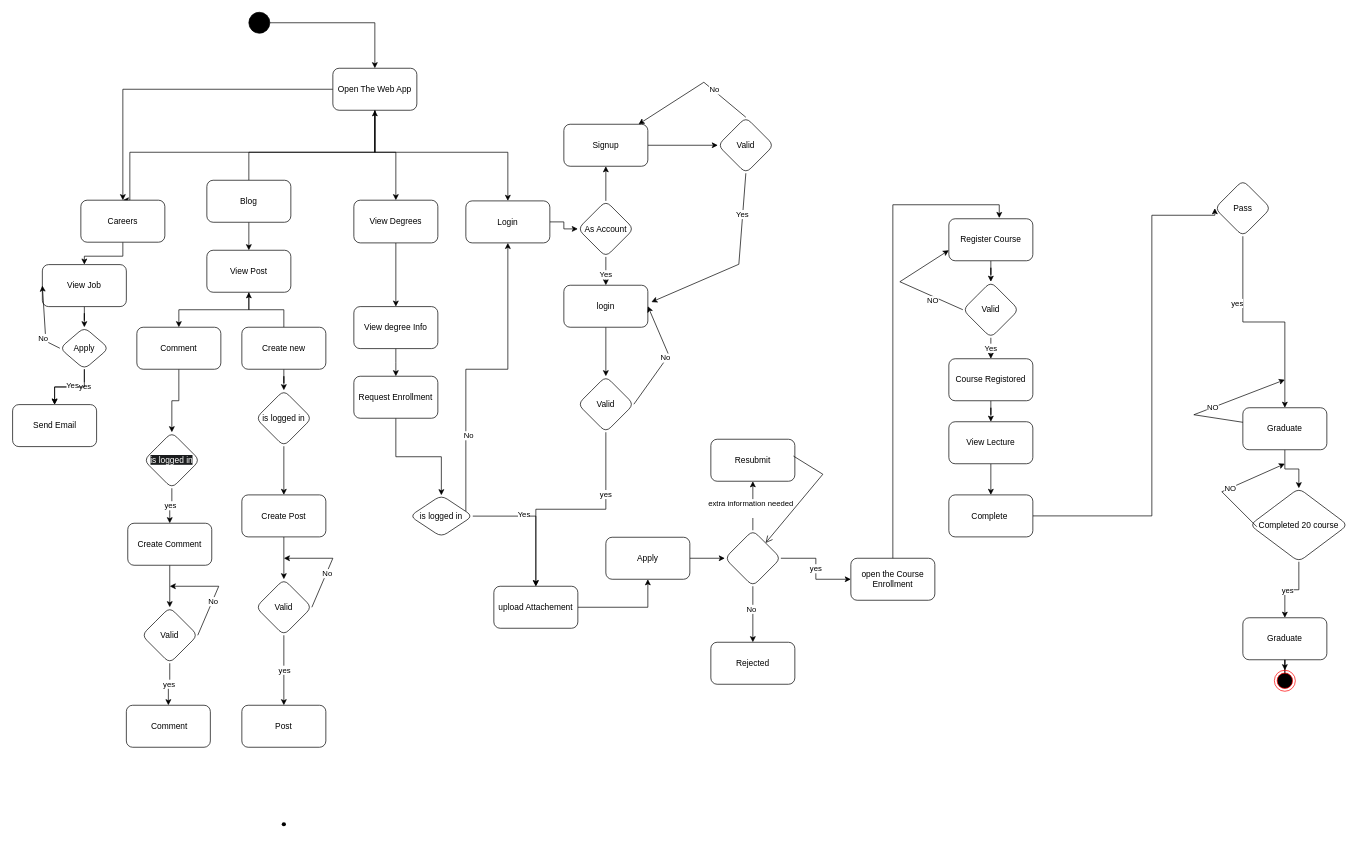
The draw.io diagram Untitled Diagram.drawio in AbdElrhman-m/100-days-of-code, before the edit. Source tidied: cells renumbered, new cells numbered last; positions are measured from the earlier drawing's top-left corner, leaving out a move shared by most shapes. Both pictures are drawn from the tidied source at 70%, with x=0, y=0 at pixel (13, 12).
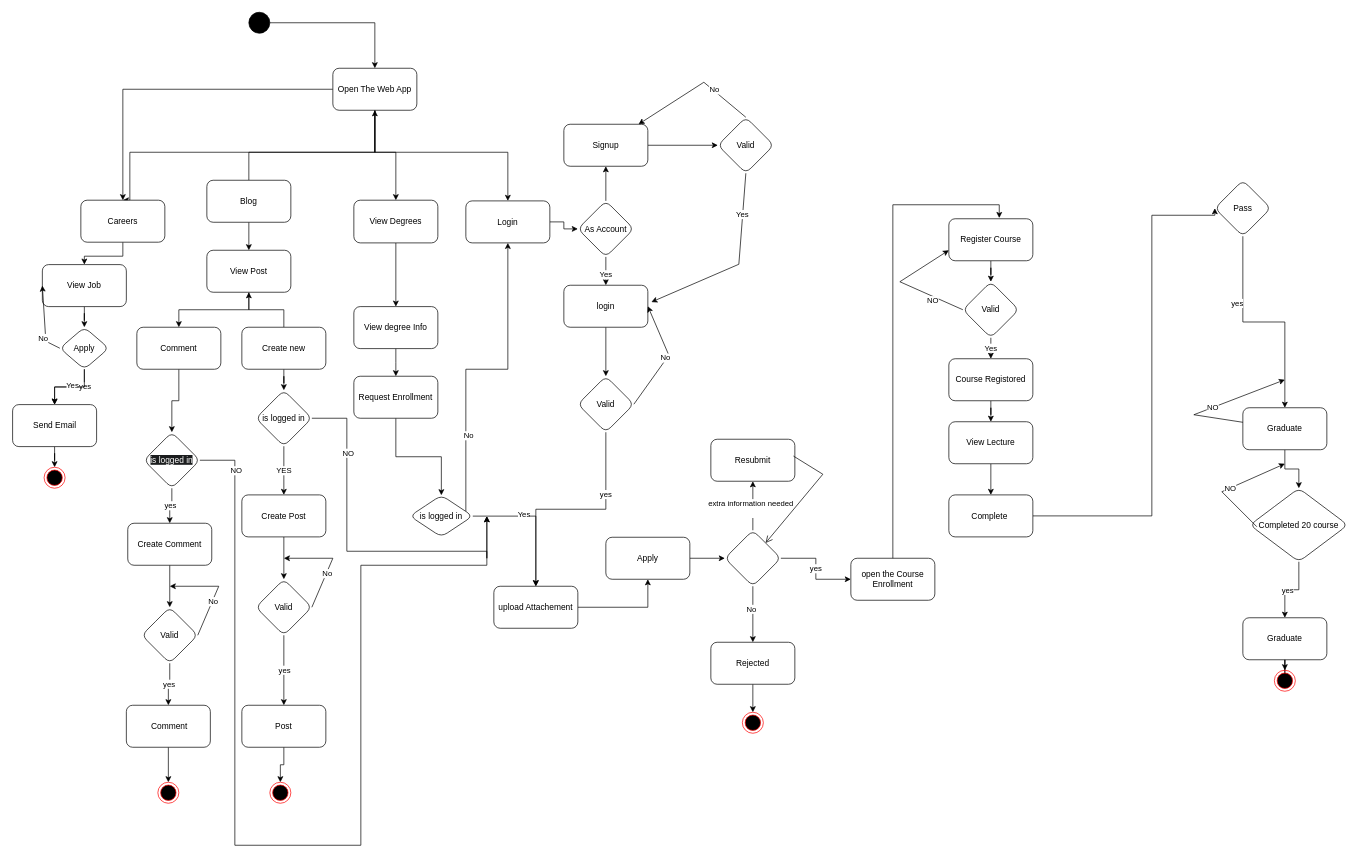
After the change.

Commit message:
FINAL FULL CYCLE ACTIVITY DIAGRAM

The change refers to these unchanged cells:
```xml
<mxCell id="20" value="Send Email" style="whiteSpace=wrap;html=1;rounded=1;" parent="1" vertex="1">
  <mxGeometry x="-0.5" y="560.5" width="120" height="60" as="geometry" />
</mxCell>
<mxCell id="67" value="&lt;span style=&quot;caret-color: rgb(255, 255, 255); color: rgb(255, 255, 255); font-family: Helvetica; font-size: 12px; font-style: normal; font-variant-caps: normal; font-weight: 400; letter-spacing: normal; orphans: 2; text-align: center; text-indent: 0px; text-transform: none; white-space: normal; widows: 2; word-spacing: 0px; -webkit-text-stroke-width: 0px; background-color: rgb(27, 29, 30); text-decoration: none; display: inline !important; float: none;&quot;&gt;is logged in&lt;/span&gt;" style="rhombus;whiteSpace=wrap;html=1;rounded=1;" parent="1" vertex="1">
  <mxGeometry x="187" y="600" width="80" height="80" as="geometry" />
</mxCell>
<mxCell id="69" value="is logged in" style="rhombus;whiteSpace=wrap;html=1;rounded=1;" parent="1" vertex="1">
  <mxGeometry x="347" y="540" width="80" height="80" as="geometry" />
</mxCell>
<mxCell id="71" value="Create Post" style="whiteSpace=wrap;html=1;rounded=1;" parent="1" vertex="1">
  <mxGeometry x="327" y="689.5" width="120" height="60" as="geometry" />
</mxCell>
<mxCell id="77" value="Post" style="whiteSpace=wrap;html=1;rounded=1;" parent="1" vertex="1">
  <mxGeometry x="327" y="990" width="120" height="60" as="geometry" />
</mxCell>
<mxCell id="84" value="&amp;nbsp;Comment" style="whiteSpace=wrap;html=1;rounded=1;" parent="1" vertex="1">
  <mxGeometry x="162" y="990" width="120" height="60" as="geometry" />
</mxCell>
<mxCell id="95" value="Rejected" style="whiteSpace=wrap;html=1;rounded=1;" parent="1" vertex="1">
  <mxGeometry x="997" y="900" width="120" height="60" as="geometry" />
</mxCell>
```

The edit, as a diff of the source:
```diff
@@
+    <mxCell id="124" style="edgeStyle=orthogonalEdgeStyle;rounded=0;jettySize=auto;html=1;" parent="1" edge="1" source="20" target="134">
+      <mxGeometry relative="1" as="geometry" />
+    </mxCell>
@@
+    <mxCell id="125" style="edgeStyle=orthogonalEdgeStyle;rounded=0;jettySize=auto;html=1;exitX=1;exitY=0.5;exitDx=0;exitDy=0;" parent="1" edge="1" source="67">
+      <mxGeometry relative="1" as="geometry">
+        <mxPoint x="677" y="720" as="targetPoint" />
+        <Array as="points">
+          <mxPoint x="317" y="640" />
+          <mxPoint x="317" y="1190" />
+          <mxPoint x="497" y="1190" />
+          <mxPoint x="497" y="790" />
+          <mxPoint x="677" y="790" />
+        </Array>
+      </mxGeometry>
+    </mxCell>
+    <mxCell id="126" value="NO" style="edgeLabel;html=1;align=center;verticalAlign=middle;" parent="125" vertex="1">
+      <mxGeometry x="-0.91" y="1" relative="1" as="geometry" />
+    </mxCell>
@@
-    <mxCell id="68" style="edgeStyle=orthogonalEdgeStyle;rounded=0;jettySize=auto;html=1;" parent="1" edge="1" source="69" target="71">
+    <mxCell id="68" value="YES" style="edgeStyle=orthogonalEdgeStyle;rounded=0;jettySize=auto;html=1;" parent="1" edge="1" source="69" target="71">
       <mxGeometry relative="1" as="geometry" />
     </mxCell>
+    <mxCell id="127" style="edgeStyle=orthogonalEdgeStyle;rounded=0;jettySize=auto;html=1;" parent="1" edge="1" source="69">
+      <mxGeometry relative="1" as="geometry">
+        <mxPoint x="677" y="720" as="targetPoint" />
+        <Array as="points">
+          <mxPoint x="477" y="580" />
+          <mxPoint x="477" y="770" />
+          <mxPoint x="677" y="770" />
+          <mxPoint x="677" y="780" />
+        </Array>
+      </mxGeometry>
+    </mxCell>
+    <mxCell id="128" value="NO" style="edgeLabel;html=1;align=center;verticalAlign=middle;" parent="127" vertex="1">
+      <mxGeometry x="-0.61" y="1" relative="1" as="geometry" />
+    </mxCell>
@@
+    <mxCell id="129" style="edgeStyle=orthogonalEdgeStyle;rounded=0;jettySize=auto;html=1;" parent="1" edge="1" source="77" target="133">
+      <mxGeometry relative="1" as="geometry" />
+    </mxCell>
@@
+    <mxCell id="130" style="edgeStyle=orthogonalEdgeStyle;rounded=0;jettySize=auto;html=1;" parent="1" edge="1" source="84" target="132">
+      <mxGeometry relative="1" as="geometry" />
+    </mxCell>
@@
-    <mxCell id="85" style="shape=waypoint;sketch=0;size=6;fillColor=default;perimeter=centerPerimeter;rounded=1;" parent="1" vertex="1">
-      <mxGeometry x="377" y="1150" width="20" height="20" as="geometry" />
-    </mxCell>
@@
+    <mxCell id="131" style="edgeStyle=orthogonalEdgeStyle;rounded=0;jettySize=auto;html=1;" parent="1" edge="1" source="95" target="135">
+      <mxGeometry relative="1" as="geometry" />
+    </mxCell>
@@
+    <mxCell id="132" style="ellipse;html=1;shape=endState;fillColor=#000000;strokeColor=#ff0000;" parent="1" vertex="1">
+      <mxGeometry x="207" y="1100" width="30" height="30" as="geometry" />
+    </mxCell>
+    <mxCell id="133" style="ellipse;html=1;shape=endState;fillColor=#000000;strokeColor=#ff0000;" parent="1" vertex="1">
+      <mxGeometry x="367" y="1100" width="30" height="30" as="geometry" />
+    </mxCell>
+    <mxCell id="134" style="ellipse;html=1;shape=endState;fillColor=#000000;strokeColor=#ff0000;" parent="1" vertex="1">
+      <mxGeometry x="44.5" y="650" width="30" height="30" as="geometry" />
+    </mxCell>
+    <mxCell id="135" style="ellipse;html=1;shape=endState;fillColor=#000000;strokeColor=#ff0000;" parent="1" vertex="1">
+      <mxGeometry x="1042" y="1000" width="30" height="30" as="geometry" />
+    </mxCell>
```
